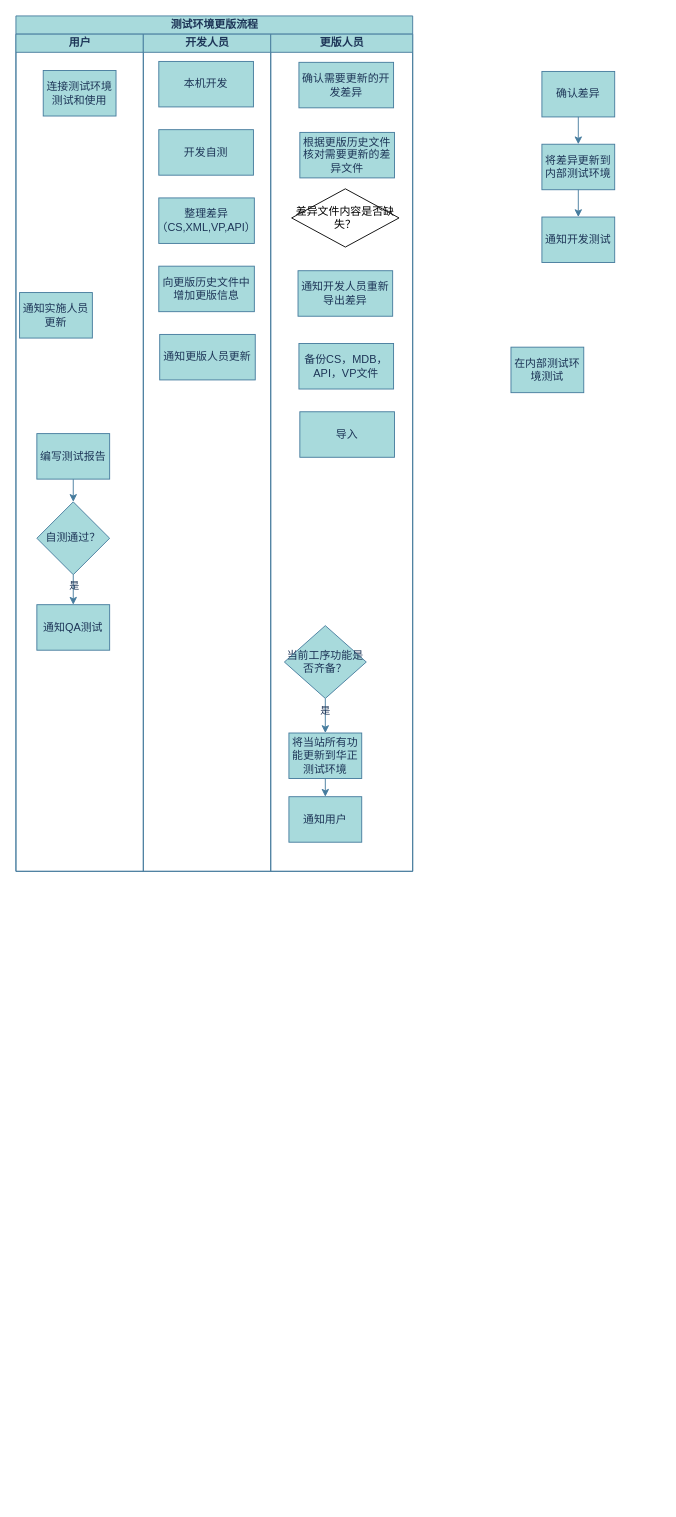
The draw.io diagram 未命名绘图.drawio in little-white-dragon1/Diagrams, before the edit. Source tidied: cells renumbered, new cells numbered last; positions are measured from the earlier drawing's top-left corner, leaving out a move shared by most shapes. Both pictures are drawn from the tidied source at 91%, with x=0, y=0 at pixel (15, 15).
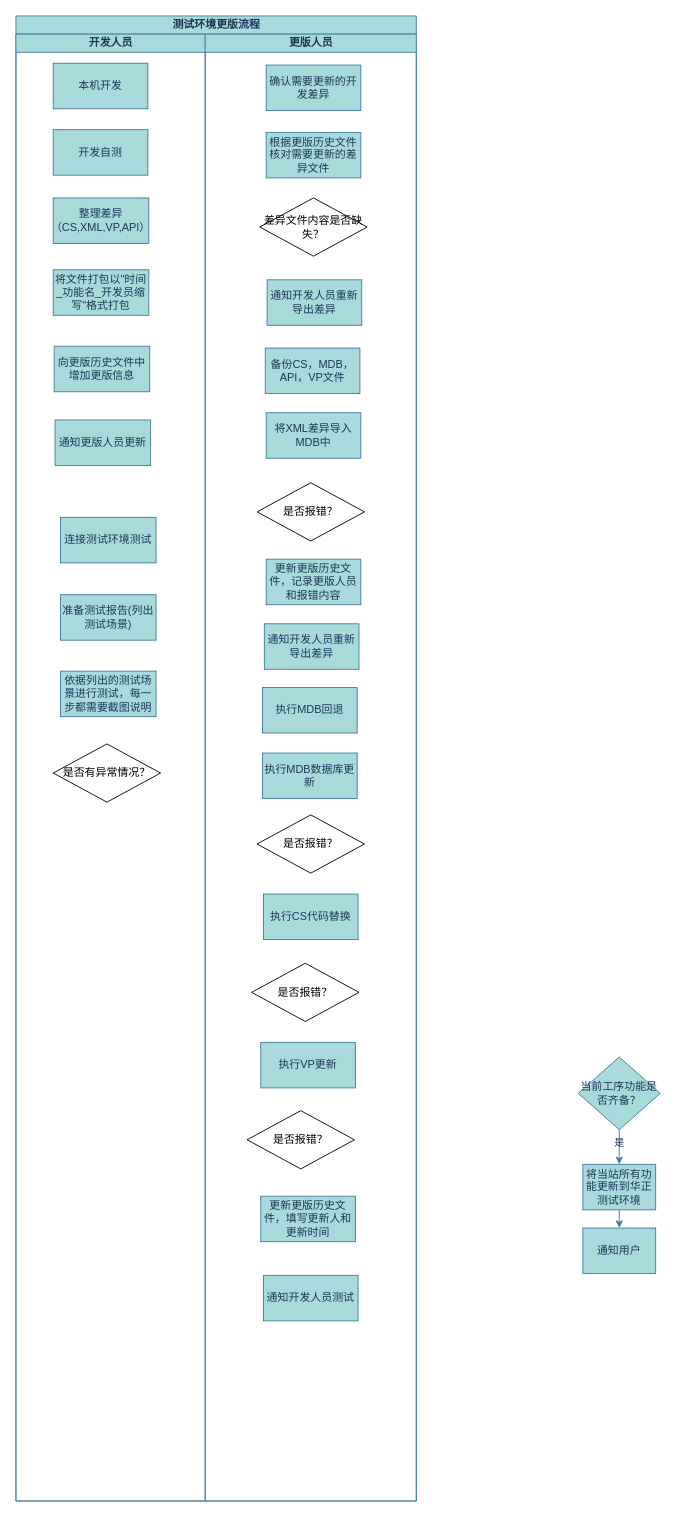
Above is the later version.

Commit message (it also covers changes not shown here):
更新未命名绘图.drawio

What changed in the source:
```diff
@@
     <mxCell id="2" value="测试环境更版流程" style="swimlane;startSize=20;html=1;labelBackgroundColor=none;fillColor=#A8DADC;strokeColor=#457B9D;fontColor=#1D3557;" parent="1" vertex="1">
-      <mxGeometry width="436" height="940" as="geometry" />
+      <mxGeometry width="440" height="1632" as="geometry" />
     </mxCell>
-    <mxCell id="3" value="用户" style="swimlane;startSize=20;html=1;labelBackgroundColor=none;fillColor=#A8DADC;strokeColor=#457B9D;fontColor=#1D3557;" parent="2" vertex="1">
-      <mxGeometry y="20" width="140" height="920" as="geometry" />
-    </mxCell>
-    <mxCell id="4" value="连接测试环境测试和使用" style="rounded=0;whiteSpace=wrap;html=1;labelBackgroundColor=none;fillColor=#A8DADC;strokeColor=#457B9D;fontColor=#1D3557;" parent="3" vertex="1">
-      <mxGeometry x="30" y="40" width="80" height="50" as="geometry" />
-    </mxCell>
-    <mxCell id="5" value="通知实施人员更新" style="rounded=0;whiteSpace=wrap;html=1;labelBackgroundColor=none;fillColor=#A8DADC;strokeColor=#457B9D;fontColor=#1D3557;" parent="3" vertex="1">
-      <mxGeometry x="4" y="284" width="80" height="50" as="geometry" />
-    </mxCell>
-    <mxCell id="6" style="edgeStyle=orthogonalEdgeStyle;rounded=0;jettySize=auto;html=1;exitX=0.5;exitY=1;exitDx=0;exitDy=0;entryX=0.5;entryY=0;entryDx=0;entryDy=0;labelBackgroundColor=none;strokeColor=#457B9D;fontColor=default;" parent="3" edge="1" source="7" target="8">
-      <mxGeometry relative="1" as="geometry" />
-    </mxCell>
-    <mxCell id="7" value="编写测试报告" style="rounded=0;whiteSpace=wrap;html=1;labelBackgroundColor=none;fillColor=#A8DADC;strokeColor=#457B9D;fontColor=#1D3557;" parent="3" vertex="1">
-      <mxGeometry x="23" y="439" width="80" height="50" as="geometry" />
-    </mxCell>
-    <mxCell id="8" value="自测通过？" style="rhombus;whiteSpace=wrap;html=1;labelBackgroundColor=none;fillColor=#A8DADC;strokeColor=#457B9D;fontColor=#1D3557;" parent="3" vertex="1">
-      <mxGeometry x="23" y="514" width="80" height="80" as="geometry" />
-    </mxCell>
-    <mxCell id="9" value="通知QA测试" style="rounded=0;whiteSpace=wrap;html=1;labelBackgroundColor=none;fillColor=#A8DADC;strokeColor=#457B9D;fontColor=#1D3557;" parent="3" vertex="1">
-      <mxGeometry x="23" y="627" width="80" height="50" as="geometry" />
-    </mxCell>
-    <mxCell id="10" style="edgeStyle=orthogonalEdgeStyle;rounded=0;jettySize=auto;html=1;exitX=0.5;exitY=1;exitDx=0;exitDy=0;entryX=0.5;entryY=0;entryDx=0;entryDy=0;labelBackgroundColor=none;strokeColor=#457B9D;fontColor=default;" parent="3" edge="1" source="8" target="9">
-      <mxGeometry relative="1" as="geometry" />
-    </mxCell>
-    <mxCell id="11" value="是" style="edgeLabel;html=1;align=center;verticalAlign=middle;labelBackgroundColor=none;fontColor=#1D3557;" parent="10" vertex="1">
-      <mxGeometry x="-0.36" relative="1" as="geometry" />
-    </mxCell>
     <mxCell id="12" value="开发人员" style="swimlane;startSize=20;html=1;labelBackgroundColor=none;fillColor=#A8DADC;strokeColor=#457B9D;fontColor=#1D3557;" parent="2" vertex="1">
-      <mxGeometry x="140" y="20" width="140" height="920" as="geometry" />
+      <mxGeometry y="20" width="208" height="1612" as="geometry" />
     </mxCell>
     <mxCell id="13" value="本机开发" style="rounded=0;whiteSpace=wrap;html=1;labelBackgroundColor=none;fillColor=#A8DADC;strokeColor=#457B9D;fontColor=#1D3557;" parent="12" vertex="1">
-      <mxGeometry x="17" y="30" width="104" height="50" as="geometry" />
+      <mxGeometry x="41" y="32" width="104" height="50" as="geometry" />
     </mxCell>
     <mxCell id="14" value="开发自测" style="rounded=0;whiteSpace=wrap;html=1;labelBackgroundColor=none;fillColor=#A8DADC;strokeColor=#457B9D;fontColor=#1D3557;" parent="12" vertex="1">
-      <mxGeometry x="17" y="105" width="104" height="50" as="geometry" />
+      <mxGeometry x="41" y="105" width="104" height="50" as="geometry" />
     </mxCell>
     <mxCell id="15" value="整理差异（CS,XML,VP,API）" style="rounded=0;whiteSpace=wrap;html=1;labelBackgroundColor=none;fillColor=#A8DADC;strokeColor=#457B9D;fontColor=#1D3557;" parent="12" vertex="1">
-      <mxGeometry x="17" y="180" width="105" height="50" as="geometry" />
+      <mxGeometry x="41" y="180" width="105" height="50" as="geometry" />
     </mxCell>
+    <mxCell id="17" value="通知更版人员更新" style="rounded=0;whiteSpace=wrap;html=1;labelBackgroundColor=none;fillColor=#A8DADC;strokeColor=#457B9D;fontColor=#1D3557;" parent="12" vertex="1">
+      <mxGeometry x="43" y="424" width="105" height="50" as="geometry" />
+    </mxCell>
     <mxCell id="16" value="向更版历史文件中增加更版信息" style="rounded=0;whiteSpace=wrap;html=1;labelBackgroundColor=none;fillColor=#A8DADC;strokeColor=#457B9D;fontColor=#1D3557;" parent="12" vertex="1">
-      <mxGeometry x="17" y="255" width="105" height="50" as="geometry" />
+      <mxGeometry x="42" y="343" width="105" height="50" as="geometry" />
     </mxCell>
-    <mxCell id="17" value="通知更版人员更新" style="rounded=0;whiteSpace=wrap;html=1;labelBackgroundColor=none;fillColor=#A8DADC;strokeColor=#457B9D;fontColor=#1D3557;" parent="12" vertex="1">
-      <mxGeometry x="18" y="330" width="105" height="50" as="geometry" />
-    </mxCell>
+    <mxCell id="37" value="将文件打包以&quot;时间_功能名_开发员缩写&quot;格式打包" style="rounded=0;whiteSpace=wrap;html=1;labelBackgroundColor=none;fillColor=#A8DADC;strokeColor=#457B9D;fontColor=#1D3557;" parent="12" vertex="1">
+      <mxGeometry x="41" y="259" width="105" height="50" as="geometry" />
+    </mxCell>
+    <mxCell id="38" value="连接测试环境测试" style="rounded=0;whiteSpace=wrap;html=1;labelBackgroundColor=none;fillColor=#A8DADC;strokeColor=#457B9D;fontColor=#1D3557;" parent="12" vertex="1">
+      <mxGeometry x="49" y="531" width="105" height="50" as="geometry" />
+    </mxCell>
+    <mxCell id="39" value="准备测试报告(列出测试场景)" style="rounded=0;whiteSpace=wrap;html=1;labelBackgroundColor=none;fillColor=#A8DADC;strokeColor=#457B9D;fontColor=#1D3557;" parent="12" vertex="1">
+      <mxGeometry x="49" y="616" width="105" height="50" as="geometry" />
+    </mxCell>
+    <mxCell id="40" value="依据列出的测试场景进行测试，每一步都需要截图说明" style="rounded=0;whiteSpace=wrap;html=1;labelBackgroundColor=none;fillColor=#A8DADC;strokeColor=#457B9D;fontColor=#1D3557;" parent="12" vertex="1">
+      <mxGeometry x="49" y="700" width="105" height="50" as="geometry" />
+    </mxCell>
+    <mxCell id="41" value="是否有异常情况？" style="rhombus;whiteSpace=wrap;html=1;" parent="12" vertex="1">
+      <mxGeometry x="41" y="780" width="118" height="64" as="geometry" />
+    </mxCell>
     <mxCell id="18" value="更版人员" style="swimlane;startSize=20;html=1;labelBackgroundColor=none;fillColor=#A8DADC;strokeColor=#457B9D;fontColor=#1D3557;" parent="2" vertex="1">
-      <mxGeometry x="280" y="20" width="156" height="920" as="geometry" />
+      <mxGeometry x="208" y="20" width="232" height="1612" as="geometry" />
     </mxCell>
-    <mxCell id="19" style="edgeStyle=orthogonalEdgeStyle;rounded=0;jettySize=auto;html=1;exitX=0.5;exitY=1;exitDx=0;exitDy=0;entryX=0.5;entryY=0;entryDx=0;entryDy=0;labelBackgroundColor=none;strokeColor=#457B9D;fontColor=default;" parent="18" edge="1" source="21" target="24">
-      <mxGeometry relative="1" as="geometry" />
-    </mxCell>
-    <mxCell id="20" value="是" style="edgeLabel;html=1;align=center;verticalAlign=middle;labelBackgroundColor=none;fontColor=#1D3557;" parent="19" vertex="1">
-      <mxGeometry x="-0.32" y="-1" relative="1" as="geometry" />
-    </mxCell>
-    <mxCell id="21" value="当前工序功能是否齐备？" style="rhombus;whiteSpace=wrap;html=1;labelBackgroundColor=none;fillColor=#A8DADC;strokeColor=#457B9D;fontColor=#1D3557;" parent="18" vertex="1">
-      <mxGeometry x="15" y="650" width="90" height="80" as="geometry" />
-    </mxCell>
-    <mxCell id="22" style="edgeStyle=orthogonalEdgeStyle;rounded=0;jettySize=auto;html=1;exitX=0.5;exitY=1;exitDx=0;exitDy=0;entryX=0.5;entryY=0;entryDx=0;entryDy=0;labelBackgroundColor=none;strokeColor=#457B9D;fontColor=default;" parent="18" edge="1" source="24" target="23">
-      <mxGeometry relative="1" as="geometry" />
-    </mxCell>
-    <mxCell id="23" value="通知用户" style="rounded=0;whiteSpace=wrap;html=1;labelBackgroundColor=none;fillColor=#A8DADC;strokeColor=#457B9D;fontColor=#1D3557;" parent="18" vertex="1">
-      <mxGeometry x="20" y="838" width="80" height="50" as="geometry" />
-    </mxCell>
-    <mxCell id="24" value="将当站所有功能更新到华正测试环境" style="rounded=0;whiteSpace=wrap;html=1;labelBackgroundColor=none;fillColor=#A8DADC;strokeColor=#457B9D;fontColor=#1D3557;" parent="18" vertex="1">
-      <mxGeometry x="20" y="768" width="80" height="50" as="geometry" />
-    </mxCell>
     <mxCell id="25" value="确认需要更新的开发差异" style="rounded=0;whiteSpace=wrap;html=1;labelBackgroundColor=none;fillColor=#A8DADC;strokeColor=#457B9D;fontColor=#1D3557;" parent="18" vertex="1">
-      <mxGeometry x="31" y="31" width="104" height="50" as="geometry" />
+      <mxGeometry x="67" y="34" width="104" height="50" as="geometry" />
     </mxCell>
     <mxCell id="26" value="根据更版历史文件核对需要更新的差异文件" style="rounded=0;whiteSpace=wrap;html=1;labelBackgroundColor=none;fillColor=#A8DADC;strokeColor=#457B9D;fontColor=#1D3557;" parent="18" vertex="1">
-      <mxGeometry x="32" y="108" width="104" height="50" as="geometry" />
+      <mxGeometry x="67" y="108" width="104" height="50" as="geometry" />
     </mxCell>
     <mxCell id="27" value="差异文件内容是否缺失？" style="rhombus;whiteSpace=wrap;html=1;" parent="18" vertex="1">
-      <mxGeometry x="23" y="170" width="118" height="64" as="geometry" />
+      <mxGeometry x="60" y="180" width="118" height="64" as="geometry" />
     </mxCell>
     <mxCell id="28" value="通知开发人员重新导出差异" style="rounded=0;whiteSpace=wrap;html=1;labelBackgroundColor=none;fillColor=#A8DADC;strokeColor=#457B9D;fontColor=#1D3557;" parent="18" vertex="1">
-      <mxGeometry x="30" y="260" width="104" height="50" as="geometry" />
+      <mxGeometry x="68" y="270" width="104" height="50" as="geometry" />
     </mxCell>
     <mxCell id="29" value="备份CS，MDB，API，VP文件" style="rounded=0;whiteSpace=wrap;html=1;labelBackgroundColor=none;fillColor=#A8DADC;strokeColor=#457B9D;fontColor=#1D3557;" parent="18" vertex="1">
-      <mxGeometry x="31" y="340" width="104" height="50" as="geometry" />
+      <mxGeometry x="66" y="345" width="104" height="50" as="geometry" />
     </mxCell>
-    <mxCell id="30" value="导入" style="rounded=0;whiteSpace=wrap;html=1;labelBackgroundColor=none;fillColor=#A8DADC;strokeColor=#457B9D;fontColor=#1D3557;" parent="18" vertex="1">
-      <mxGeometry x="32" y="415" width="104" height="50" as="geometry" />
+    <mxCell id="30" value="将XML差异导入MDB中" style="rounded=0;whiteSpace=wrap;html=1;labelBackgroundColor=none;fillColor=#A8DADC;strokeColor=#457B9D;fontColor=#1D3557;" parent="18" vertex="1">
+      <mxGeometry x="67" y="416" width="104" height="50" as="geometry" />
     </mxCell>
-    <mxCell id="31" value="确认差异" style="rounded=0;whiteSpace=wrap;html=1;labelBackgroundColor=none;fillColor=#A8DADC;strokeColor=#457B9D;fontColor=#1D3557;" parent="1" vertex="1">
-      <mxGeometry x="578" y="61" width="80" height="50" as="geometry" />
-    </mxCell>
-    <mxCell id="32" value="将差异更新到内部测试环境" style="rounded=0;whiteSpace=wrap;html=1;labelBackgroundColor=none;fillColor=#A8DADC;strokeColor=#457B9D;fontColor=#1D3557;" parent="1" vertex="1">
-      <mxGeometry x="578" y="141" width="80" height="50" as="geometry" />
-    </mxCell>
-    <mxCell id="33" value="通知开发测试" style="rounded=0;whiteSpace=wrap;html=1;labelBackgroundColor=none;fillColor=#A8DADC;strokeColor=#457B9D;fontColor=#1D3557;" parent="1" vertex="1">
-      <mxGeometry x="578" y="221" width="80" height="50" as="geometry" />
-    </mxCell>
-    <mxCell id="34" style="edgeStyle=orthogonalEdgeStyle;rounded=0;jettySize=auto;html=1;exitX=0.5;exitY=1;exitDx=0;exitDy=0;entryX=0.5;entryY=0;entryDx=0;entryDy=0;labelBackgroundColor=none;strokeColor=#457B9D;fontColor=default;" parent="1" edge="1" source="31" target="32">
-      <mxGeometry relative="1" as="geometry" />
-    </mxCell>
-    <mxCell id="35" style="edgeStyle=orthogonalEdgeStyle;rounded=0;jettySize=auto;html=1;exitX=0.5;exitY=1;exitDx=0;exitDy=0;entryX=0.5;entryY=0;entryDx=0;entryDy=0;labelBackgroundColor=none;strokeColor=#457B9D;fontColor=default;" parent="1" edge="1" source="32" target="33">
-      <mxGeometry relative="1" as="geometry" />
-    </mxCell>
-    <mxCell id="36" value="在内部测试环境测试" style="rounded=0;whiteSpace=wrap;html=1;labelBackgroundColor=none;fillColor=#A8DADC;strokeColor=#457B9D;fontColor=#1D3557;" parent="1" vertex="1">
-      <mxGeometry x="544" y="364" width="80" height="50" as="geometry" />
-    </mxCell>
+    <mxCell id="42" value="是否报错？" style="rhombus;whiteSpace=wrap;html=1;" parent="18" vertex="1">
+      <mxGeometry x="57" y="493" width="118" height="64" as="geometry" />
+    </mxCell>
+    <mxCell id="43" value="更新更版历史文件，记录更版人员和报错内容" style="rounded=0;whiteSpace=wrap;html=1;labelBackgroundColor=none;fillColor=#A8DADC;strokeColor=#457B9D;fontColor=#1D3557;" parent="18" vertex="1">
+      <mxGeometry x="67" y="577" width="104" height="50" as="geometry" />
+    </mxCell>
+    <mxCell id="44" value="通知开发人员重新导出差异" style="rounded=0;whiteSpace=wrap;html=1;labelBackgroundColor=none;fillColor=#A8DADC;strokeColor=#457B9D;fontColor=#1D3557;" parent="18" vertex="1">
+      <mxGeometry x="65" y="648" width="104" height="50" as="geometry" />
+    </mxCell>
+    <mxCell id="45" value="执行MDB回退" style="rounded=0;whiteSpace=wrap;html=1;labelBackgroundColor=none;fillColor=#A8DADC;strokeColor=#457B9D;fontColor=#1D3557;" parent="18" vertex="1">
+      <mxGeometry x="63" y="718" width="104" height="50" as="geometry" />
+    </mxCell>
+    <mxCell id="46" value="执行MDB数据库更新" style="rounded=0;whiteSpace=wrap;html=1;labelBackgroundColor=none;fillColor=#A8DADC;strokeColor=#457B9D;fontColor=#1D3557;" parent="18" vertex="1">
+      <mxGeometry x="63" y="790" width="104" height="50" as="geometry" />
+    </mxCell>
+    <mxCell id="47" value="执行CS代码替换" style="rounded=0;whiteSpace=wrap;html=1;labelBackgroundColor=none;fillColor=#A8DADC;strokeColor=#457B9D;fontColor=#1D3557;" parent="18" vertex="1">
+      <mxGeometry x="64" y="945" width="104" height="50" as="geometry" />
+    </mxCell>
+    <mxCell id="48" value="是否报错？" style="rhombus;whiteSpace=wrap;html=1;" parent="18" vertex="1">
+      <mxGeometry x="57" y="858" width="118" height="64" as="geometry" />
+    </mxCell>
+    <mxCell id="49" value="是否报错？" style="rhombus;whiteSpace=wrap;html=1;" parent="18" vertex="1">
+      <mxGeometry x="51" y="1021" width="118" height="64" as="geometry" />
+    </mxCell>
+    <mxCell id="50" value="执行VP更新" style="rounded=0;whiteSpace=wrap;html=1;labelBackgroundColor=none;fillColor=#A8DADC;strokeColor=#457B9D;fontColor=#1D3557;" parent="18" vertex="1">
+      <mxGeometry x="61" y="1108" width="104" height="50" as="geometry" />
+    </mxCell>
+    <mxCell id="51" value="是否报错？" style="rhombus;whiteSpace=wrap;html=1;" parent="18" vertex="1">
+      <mxGeometry x="46" y="1183" width="118" height="64" as="geometry" />
+    </mxCell>
+    <mxCell id="52" value="更新更版历史文件，填写更新人和更新时间" style="rounded=0;whiteSpace=wrap;html=1;labelBackgroundColor=none;fillColor=#A8DADC;strokeColor=#457B9D;fontColor=#1D3557;" parent="18" vertex="1">
+      <mxGeometry x="61" y="1277" width="104" height="50" as="geometry" />
+    </mxCell>
+    <mxCell id="53" value="通知开发人员测试" style="rounded=0;whiteSpace=wrap;html=1;labelBackgroundColor=none;fillColor=#A8DADC;strokeColor=#457B9D;fontColor=#1D3557;" parent="18" vertex="1">
+      <mxGeometry x="64" y="1364" width="104" height="50" as="geometry" />
+    </mxCell>
+    <mxCell id="21" value="当前工序功能是否齐备？" style="rhombus;whiteSpace=wrap;html=1;labelBackgroundColor=none;fillColor=#A8DADC;strokeColor=#457B9D;fontColor=#1D3557;" parent="1" vertex="1">
+      <mxGeometry x="618" y="1144" width="90" height="80" as="geometry" />
+    </mxCell>
+    <mxCell id="24" value="将当站所有功能更新到华正测试环境" style="rounded=0;whiteSpace=wrap;html=1;labelBackgroundColor=none;fillColor=#A8DADC;strokeColor=#457B9D;fontColor=#1D3557;" parent="1" vertex="1">
+      <mxGeometry x="623" y="1262" width="80" height="50" as="geometry" />
+    </mxCell>
+    <mxCell id="23" value="通知用户" style="rounded=0;whiteSpace=wrap;html=1;labelBackgroundColor=none;fillColor=#A8DADC;strokeColor=#457B9D;fontColor=#1D3557;" parent="1" vertex="1">
+      <mxGeometry x="623" y="1332" width="80" height="50" as="geometry" />
+    </mxCell>
+    <mxCell id="19" style="edgeStyle=orthogonalEdgeStyle;rounded=0;jettySize=auto;html=1;exitX=0.5;exitY=1;exitDx=0;exitDy=0;entryX=0.5;entryY=0;entryDx=0;entryDy=0;labelBackgroundColor=none;strokeColor=#457B9D;fontColor=default;" parent="1" edge="1" source="21" target="24">
+      <mxGeometry relative="1" as="geometry" />
+    </mxCell>
+    <mxCell id="20" value="是" style="edgeLabel;html=1;align=center;verticalAlign=middle;labelBackgroundColor=none;fontColor=#1D3557;" parent="19" vertex="1">
+      <mxGeometry x="-0.32" y="-1" relative="1" as="geometry" />
+    </mxCell>
+    <mxCell id="22" style="edgeStyle=orthogonalEdgeStyle;rounded=0;jettySize=auto;html=1;exitX=0.5;exitY=1;exitDx=0;exitDy=0;entryX=0.5;entryY=0;entryDx=0;entryDy=0;labelBackgroundColor=none;strokeColor=#457B9D;fontColor=default;" parent="1" edge="1" source="24" target="23">
+      <mxGeometry relative="1" as="geometry" />
+    </mxCell>
```
